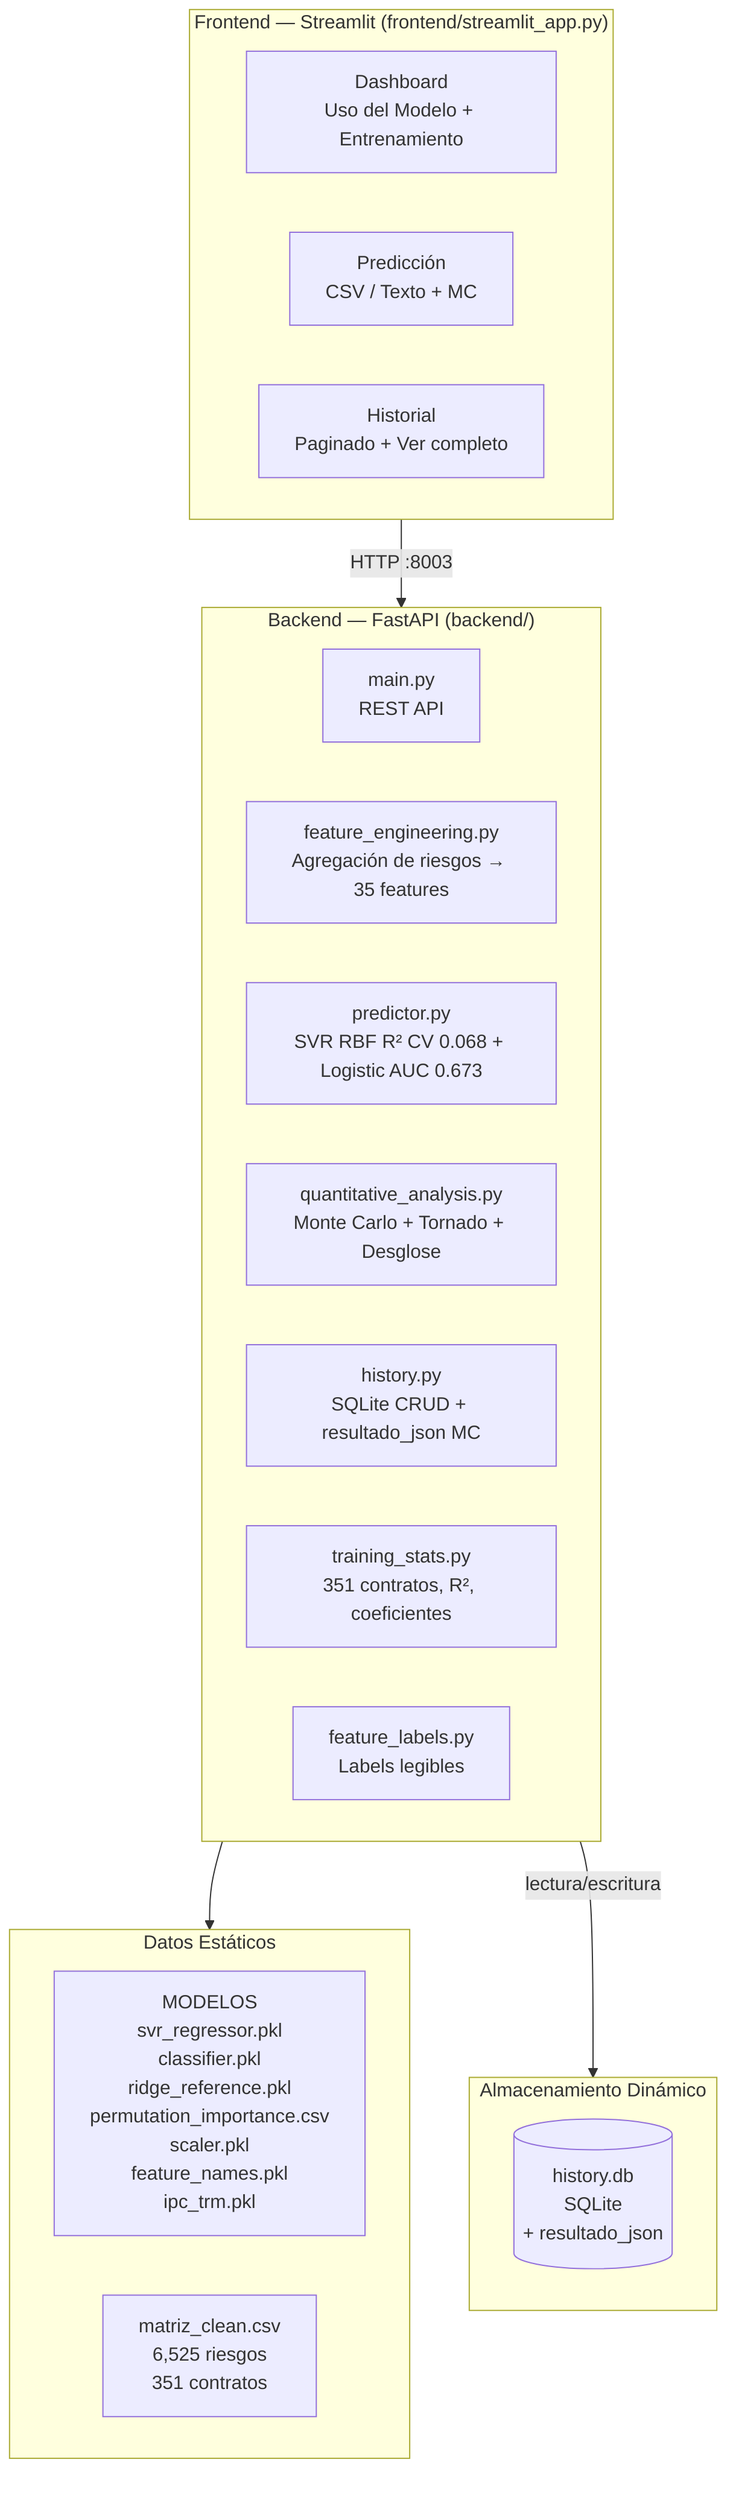
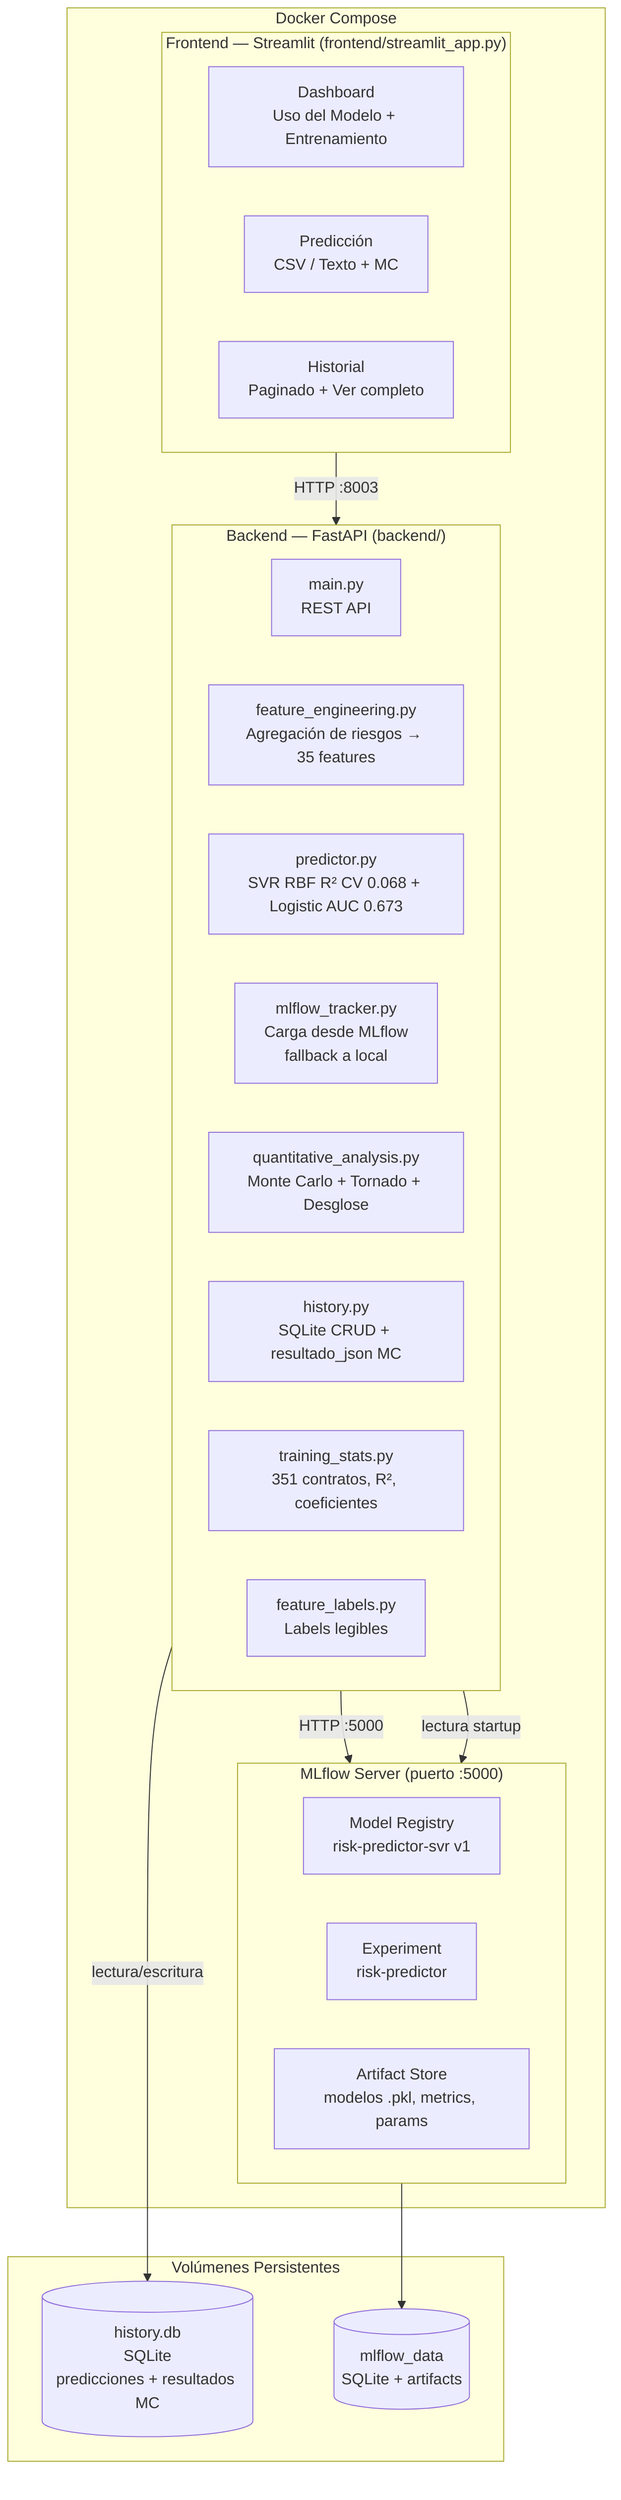
graph TB
-     subgraph Frontend["Frontend — Streamlit (frontend/streamlit_app.py)"]
-         DASH[Dashboard<br/>Uso del Modelo + Entrenamiento]
-         PRED[Predicción<br/>CSV / Texto + MC]
-         HIST[Historial<br/>Paginado + Ver completo]
+     subgraph Docker["Docker Compose"]
+ 
+         subgraph Frontend["Frontend — Streamlit (frontend/streamlit_app.py)"]
+             DASH[Dashboard<br/>Uso del Modelo + Entrenamiento]
+             PRED[Predicción<br/>CSV / Texto + MC]
+             HIST[Historial<br/>Paginado + Ver completo]
+         end
+ 
+         subgraph Backend["Backend — FastAPI (backend/)"]
+             API[main.py<br/>REST API]
+             FE[feature_engineering.py<br/>Agregación de riesgos → 35 features]
+             PREDICT[predictor.py<br/>SVR RBF R² CV 0.068 + Logistic AUC 0.673]
+             MLF[mlflow_tracker.py<br/>Carga desde MLflow<br/>fallback a local]
+             QA[quantitative_analysis.py<br/>Monte Carlo + Tornado + Desglose]
+             HISTDB[history.py<br/>SQLite CRUD + resultado_json MC]
+             TRAIN[training_stats.py<br/>351 contratos, R², coeficientes]
+             LABELS[feature_labels.py<br/>Labels legibles]
+         end
+ 
+         subgraph MLflowSrv["MLflow Server (puerto :5000)"]
+             MLREG[Model Registry<br/>risk-predictor-svr v1]
+             MLEXP[Experiment<br/>risk-predictor]
+             MLART[Artifact Store<br/>modelos .pkl, metrics, params]
+         end
+ 
    end

-     subgraph Backend["Backend — FastAPI (backend/)"]
-         API[main.py<br/>REST API]
-         FE[feature_engineering.py<br/>Agregación de riesgos → 35 features]
-         PREDICT[predictor.py<br/>SVR RBF R² CV 0.068 + Logistic AUC 0.673]
-         QA[quantitative_analysis.py<br/>Monte Carlo + Tornado + Desglose]
-         HISTDB[history.py<br/>SQLite CRUD + resultado_json MC]
-         TRAIN[training_stats.py<br/>351 contratos, R², coeficientes]
-         LABELS[feature_labels.py<br/>Labels legibles]
-     end
- 
-     subgraph Data["Datos Estáticos"]
-         M[MODELOS<br/>svr_regressor.pkl<br/>classifier.pkl<br/>ridge_reference.pkl<br/>permutation_importance.csv<br/>scaler.pkl<br/>feature_names.pkl<br/>ipc_trm.pkl]
-         MAT[matriz_clean.csv<br/>6,525 riesgos<br/>351 contratos]
-     end
- 
-     subgraph Storage["Almacenamiento Dinámico"]
-         DB[(history.db<br/>SQLite<br/>+ resultado_json)]
+     subgraph Volumes["Volúmenes Persistentes"]
+         DB[(history.db<br/>SQLite<br/>predicciones + resultados MC)]
+         MLDATA[(mlflow_data<br/>SQLite + artifacts)]
    end

    Frontend -->|HTTP :8003| Backend
-     Backend --> Data
-     Backend -->|lectura/escritura| Storage+     Backend -->|HTTP :5000| MLflowSrv
+     Backend -->|lectura startup| MLflowSrv
+     Backend -->|lectura/escritura| DB
+     MLflowSrv --> MLDATA
